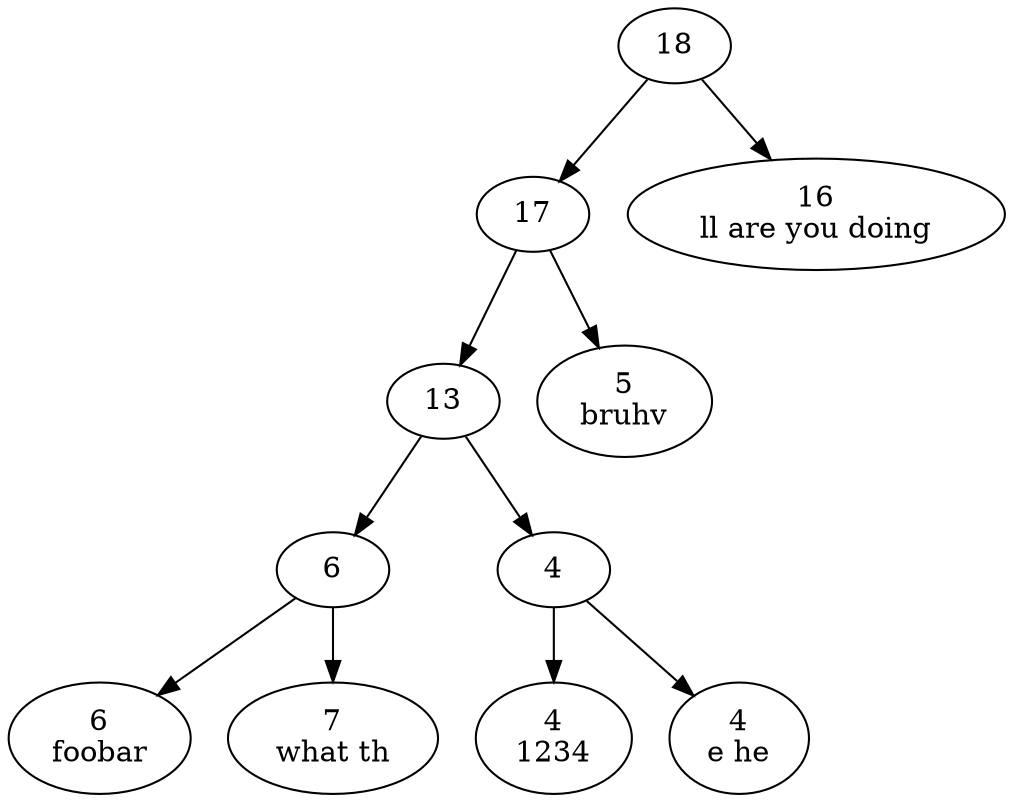
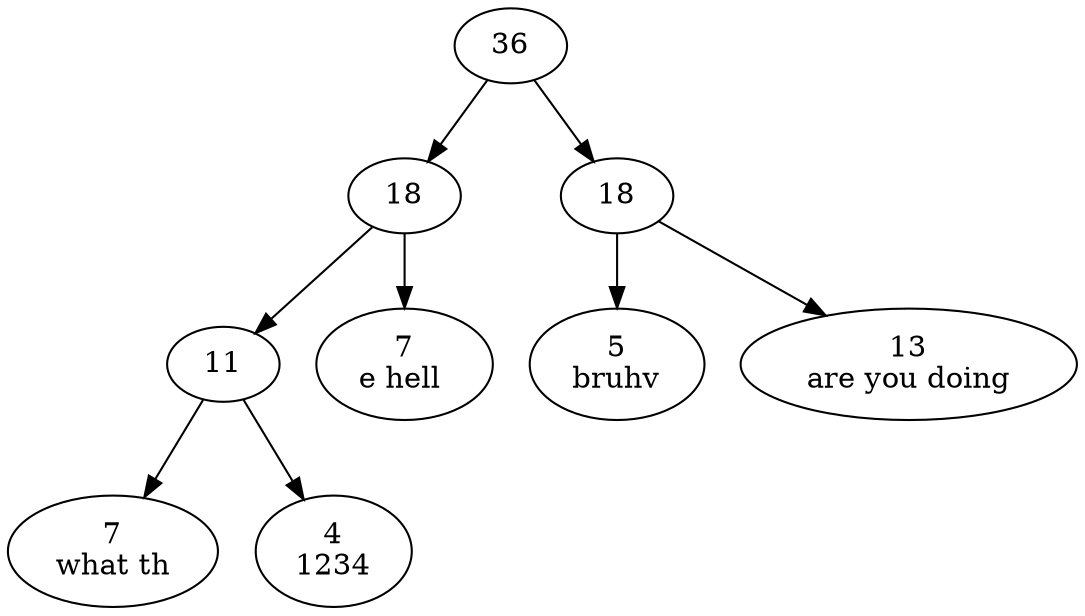
digraph {
- node0 [label="18"];
- node1 [label="17"];
- node2 [label="13"];
- node3 [label="6"];
- node4 [label="6\nfoobar"];
- node3 -> node4
- node5 [label="7\nwhat th"];
- node3 -> node5
+ node0 [label="36"];
+ node1 [label="18"];
+ node2 [label="11"];
+ node3 [label="7\nwhat th"];
node2 -> node3
- node6 [label="4"];
- node7 [label="4\n1234"];
+ node4 [label="4\n1234"];
+ node2 -> node4
+ node1 -> node2
+ node5 [label="7\ne hell "];
+ node1 -> node5
+ node0 -> node1
+ node6 [label="18"];
+ node7 [label="5\nbruhv"];
node6 -> node7
- node8 [label="4\ne he"];
+ node8 [label="13\nare you doing"];
node6 -> node8
- node2 -> node6
- node1 -> node2
- node9 [label="5\nbruhv"];
- node1 -> node9
- node0 -> node1
- node10 [label="16\nll are you doing"];
- node0 -> node10
+ node0 -> node6
}
